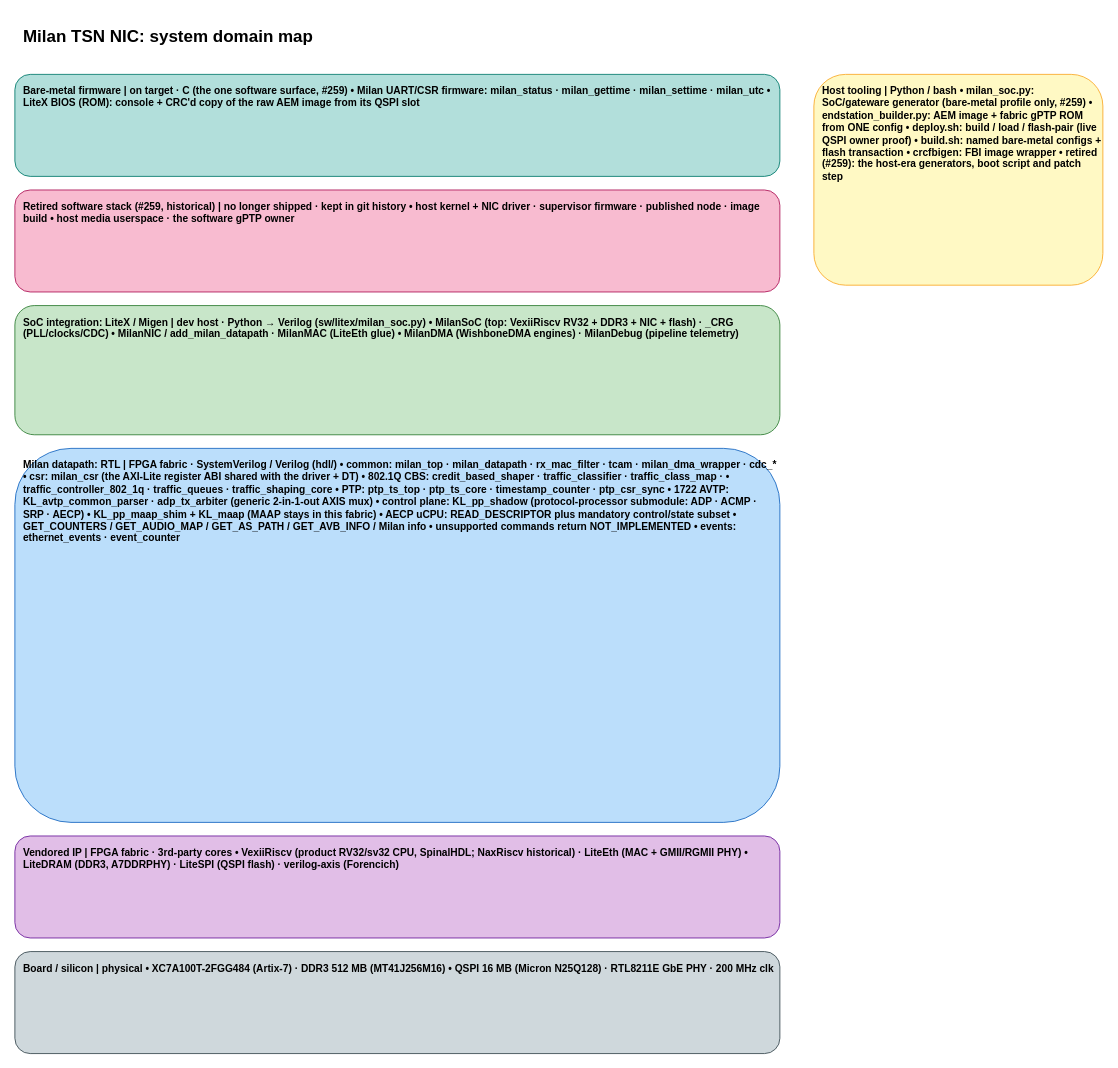
The draw.io diagram docs/SYSTEM_DOMAIN_MAP.drawio in kebag-logic/milan-fpga, before the edit. Source tidied: cells renumbered, new cells numbered last; positions are measured from the earlier drawing's top-left corner, leaving out a move shared by most shapes. Both pictures are drawn from the tidied source at 85%, with x=0, y=0 at pixel (14, 14).
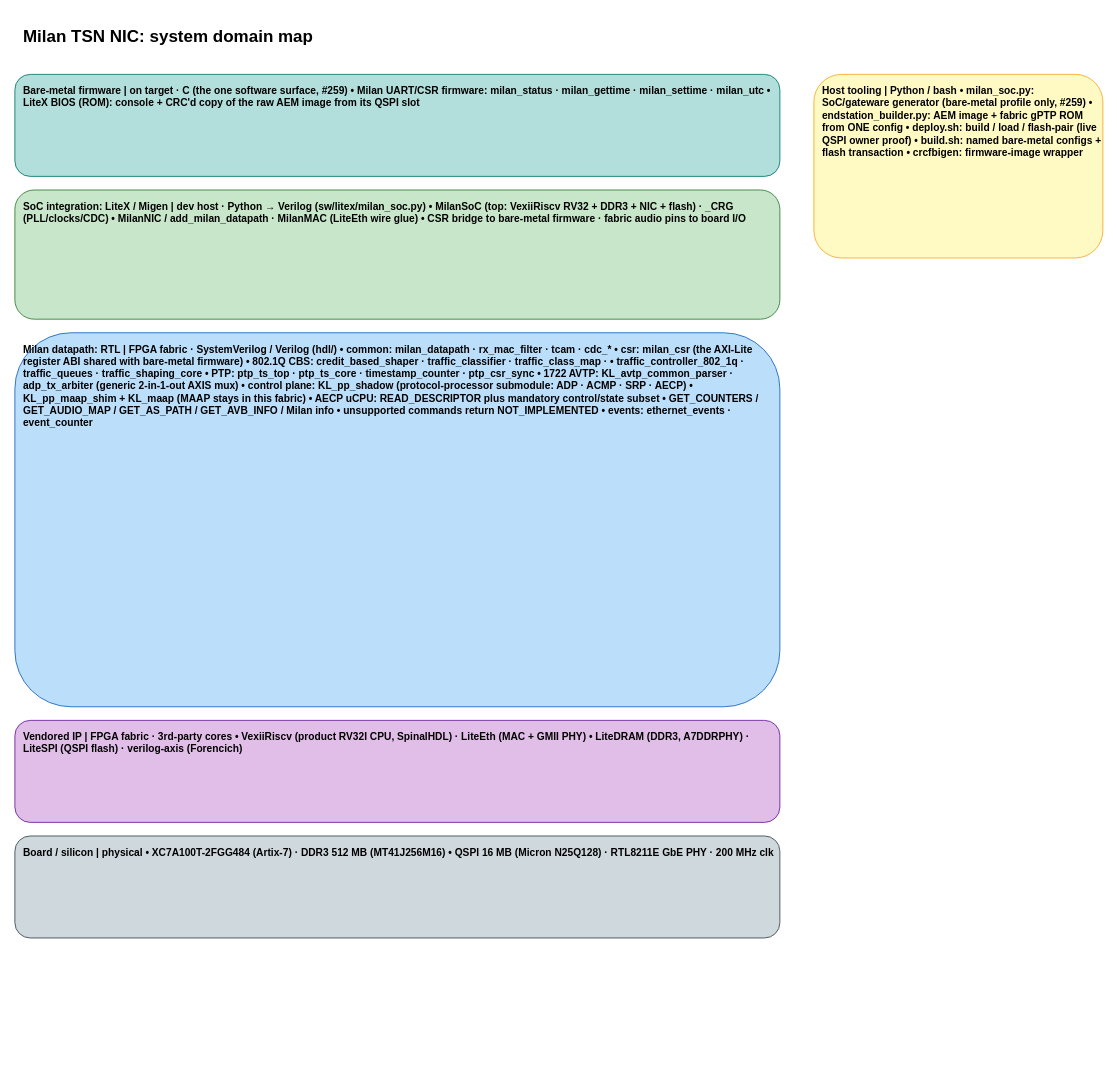
After the change.

What changed in the source:
```diff
@@
 <mxGraphModel>
   <root>
     <mxCell id="0" />
     <mxCell id="1" parent="0" />
     <mxCell id="2" value="Milan TSN NIC: system domain map" style="rounded=1;whiteSpace=wrap;html=1;fillColor=none;strokeColor=none;fontSize=20;align=left;verticalAlign=top;spacingLeft=8;spacingTop=6;fontStyle=1;" parent="1" vertex="1">
       <mxGeometry width="700" height="30" as="geometry" />
     </mxCell>
     <mxCell id="3" value="Bare-metal firmware   |   on target · C (the one software surface, #259)  • Milan UART/CSR firmware: milan_status · milan_gettime · milan_settime · milan_utc • LiteX BIOS (ROM): console + CRC'd copy of the raw AEM image from its QSPI slot" style="rounded=1;whiteSpace=wrap;html=1;fillColor=#B2DFDB;strokeColor=#00796B;fontSize=12;align=left;verticalAlign=top;spacingLeft=8;spacingTop=6;fontStyle=1;" parent="1" vertex="1">
       <mxGeometry y="70" width="900" height="120" as="geometry" />
     </mxCell>
-    <mxCell id="4" value="Retired software stack (#259, historical)   |   no longer shipped · kept in git history  • host kernel + NIC driver · supervisor firmware · published node · image build • host media userspace · the software gPTP owner" style="rounded=1;whiteSpace=wrap;html=1;fillColor=#F8BBD0;strokeColor=#AD1457;fontSize=12;align=left;verticalAlign=top;spacingLeft=8;spacingTop=6;fontStyle=1;" parent="1" vertex="1">
-      <mxGeometry y="206" width="900" height="120" as="geometry" />
+    <mxCell id="4" value="SoC integration: LiteX / Migen   |   dev host · Python → Verilog  (sw/litex/milan_soc.py)  • MilanSoC (top: VexiiRiscv RV32 + DDR3 + NIC + flash)   ·   _CRG (PLL/clocks/CDC) • MilanNIC / add_milan_datapath   ·   MilanMAC (LiteEth wire glue) • CSR bridge to bare-metal firmware   ·   fabric audio pins to board I/O" style="rounded=1;whiteSpace=wrap;html=1;fillColor=#C8E6C9;strokeColor=#2E7D32;fontSize=12;align=left;verticalAlign=top;spacingLeft=8;spacingTop=6;fontStyle=1;" parent="1" vertex="1">
+      <mxGeometry y="206" width="900" height="152" as="geometry" />
     </mxCell>
-    <mxCell id="5" value="SoC integration: LiteX / Migen   |   dev host · Python → Verilog  (sw/litex/milan_soc.py)  • MilanSoC (top: VexiiRiscv RV32 + DDR3 + NIC + flash)   ·   _CRG (PLL/clocks/CDC) • MilanNIC / add_milan_datapath   ·   MilanMAC (LiteEth glue) • MilanDMA (WishboneDMA engines)   ·   MilanDebug (pipeline telemetry)" style="rounded=1;whiteSpace=wrap;html=1;fillColor=#C8E6C9;strokeColor=#2E7D32;fontSize=12;align=left;verticalAlign=top;spacingLeft=8;spacingTop=6;fontStyle=1;" parent="1" vertex="1">
-      <mxGeometry y="342" width="900" height="152" as="geometry" />
+    <mxCell id="5" value="Milan datapath: RTL   |   FPGA fabric · SystemVerilog / Verilog  (hdl/)  • common: milan_datapath · rx_mac_filter · tcam · cdc_* • csr: milan_csr  (the AXI-Lite register ABI shared with bare-metal firmware) • 802.1Q CBS: credit_based_shaper · traffic_classifier · traffic_class_map · •             traffic_controller_802_1q · traffic_queues · traffic_shaping_core • PTP: ptp_ts_top · ptp_ts_core · timestamp_counter · ptp_csr_sync • 1722 AVTP: KL_avtp_common_parser   ·   adp_tx_arbiter (generic 2-in-1-out AXIS mux) • control plane: KL_pp_shadow (protocol-processor submodule: ADP · ACMP · SRP · AECP) •                KL_pp_maap_shim + KL_maap  (MAAP stays in this fabric) •                AECP uCPU: READ_DESCRIPTOR plus mandatory control/state subset •                GET_COUNTERS / GET_AUDIO_MAP / GET_AS_PATH / GET_AVB_INFO / Milan info •                unsupported commands return NOT_IMPLEMENTED • events: ethernet_events · event_counter" style="rounded=1;whiteSpace=wrap;html=1;fillColor=#BBDEFB;strokeColor=#1565C0;fontSize=12;align=left;verticalAlign=top;spacingLeft=8;spacingTop=6;fontStyle=1;" parent="1" vertex="1">
+      <mxGeometry y="374" width="900" height="440" as="geometry" />
     </mxCell>
-    <mxCell id="6" value="Milan datapath: RTL   |   FPGA fabric · SystemVerilog / Verilog  (hdl/)  • common: milan_top · milan_datapath · rx_mac_filter · tcam · milan_dma_wrapper · cdc_* • csr: milan_csr  (the AXI-Lite register ABI shared with the driver + DT) • 802.1Q CBS: credit_based_shaper · traffic_classifier · traffic_class_map · •             traffic_controller_802_1q · traffic_queues · traffic_shaping_core • PTP: ptp_ts_top · ptp_ts_core · timestamp_counter · ptp_csr_sync • 1722 AVTP: KL_avtp_common_parser   ·   adp_tx_arbiter (generic 2-in-1-out AXIS mux) • control plane: KL_pp_shadow (protocol-processor submodule: ADP · ACMP · SRP · AECP) •                KL_pp_maap_shim + KL_maap  (MAAP stays in this fabric) •                AECP uCPU: READ_DESCRIPTOR plus mandatory control/state subset •                GET_COUNTERS / GET_AUDIO_MAP / GET_AS_PATH / GET_AVB_INFO / Milan info •                unsupported commands return NOT_IMPLEMENTED • events: ethernet_events · event_counter" style="rounded=1;whiteSpace=wrap;html=1;fillColor=#BBDEFB;strokeColor=#1565C0;fontSize=12;align=left;verticalAlign=top;spacingLeft=8;spacingTop=6;fontStyle=1;" parent="1" vertex="1">
-      <mxGeometry y="510" width="900" height="440" as="geometry" />
+    <mxCell id="6" value="Vendored IP   |   FPGA fabric · 3rd-party cores  • VexiiRiscv (product RV32I CPU, SpinalHDL)   ·   LiteEth (MAC + GMII PHY) • LiteDRAM (DDR3, A7DDRPHY)   ·   LiteSPI (QSPI flash)   ·   verilog-axis (Forencich)" style="rounded=1;whiteSpace=wrap;html=1;fillColor=#E1BEE7;strokeColor=#6A1B9A;fontSize=12;align=left;verticalAlign=top;spacingLeft=8;spacingTop=6;fontStyle=1;" parent="1" vertex="1">
+      <mxGeometry y="830" width="900" height="120" as="geometry" />
     </mxCell>
-    <mxCell id="7" value="Vendored IP   |   FPGA fabric · 3rd-party cores  • VexiiRiscv (product RV32/sv32 CPU, SpinalHDL; NaxRiscv historical)   ·   LiteEth (MAC + GMII/RGMII PHY) • LiteDRAM (DDR3, A7DDRPHY)   ·   LiteSPI (QSPI flash)   ·   verilog-axis (Forencich)" style="rounded=1;whiteSpace=wrap;html=1;fillColor=#E1BEE7;strokeColor=#6A1B9A;fontSize=12;align=left;verticalAlign=top;spacingLeft=8;spacingTop=6;fontStyle=1;" parent="1" vertex="1">
+    <mxCell id="7" value="Board / silicon   |   physical  • XC7A100T-2FGG484 (Artix-7)  ·  DDR3 512 MB (MT41J256M16) • QSPI 16 MB (Micron N25Q128)  ·  RTL8211E GbE PHY  ·  200 MHz clk" style="rounded=1;whiteSpace=wrap;html=1;fillColor=#CFD8DC;strokeColor=#37474F;fontSize=12;align=left;verticalAlign=top;spacingLeft=8;spacingTop=6;fontStyle=1;" parent="1" vertex="1">
       <mxGeometry y="966" width="900" height="120" as="geometry" />
     </mxCell>
-    <mxCell id="8" value="Board / silicon   |   physical  • XC7A100T-2FGG484 (Artix-7)  ·  DDR3 512 MB (MT41J256M16) • QSPI 16 MB (Micron N25Q128)  ·  RTL8211E GbE PHY  ·  200 MHz clk" style="rounded=1;whiteSpace=wrap;html=1;fillColor=#CFD8DC;strokeColor=#37474F;fontSize=12;align=left;verticalAlign=top;spacingLeft=8;spacingTop=6;fontStyle=1;" parent="1" vertex="1">
-      <mxGeometry y="1102" width="900" height="120" as="geometry" />
+    <mxCell id="8" value="Host tooling   |   Python / bash  • milan_soc.py: SoC/gateware generator (bare-metal profile only, #259) • endstation_builder.py: AEM image + fabric gPTP ROM from ONE config • deploy.sh: build / load / flash-pair (live QSPI owner proof) • build.sh: named bare-metal configs + flash transaction • crcfbigen: firmware-image wrapper" style="rounded=1;whiteSpace=wrap;html=1;fillColor=#FFF9C4;strokeColor=#F9A825;fontSize=12;align=left;verticalAlign=top;spacingLeft=8;spacingTop=6;fontStyle=1;" parent="1" vertex="1">
+      <mxGeometry x="940" y="70" width="340" height="216" as="geometry" />
     </mxCell>
-    <mxCell id="9" value="Host tooling   |   Python / bash  • milan_soc.py: SoC/gateware generator (bare-metal profile only, #259) • endstation_builder.py: AEM image + fabric gPTP ROM from ONE config • deploy.sh: build / load / flash-pair (live QSPI owner proof) • build.sh: named bare-metal configs + flash transaction • crcfbigen: FBI image wrapper • retired (#259): the host-era generators, boot script and patch step" style="rounded=1;whiteSpace=wrap;html=1;fillColor=#FFF9C4;strokeColor=#F9A825;fontSize=12;align=left;verticalAlign=top;spacingLeft=8;spacingTop=6;fontStyle=1;" parent="1" vertex="1">
-      <mxGeometry x="940" y="70" width="340" height="248" as="geometry" />
-    </mxCell>
   </root>
 </mxGraphModel>
```
